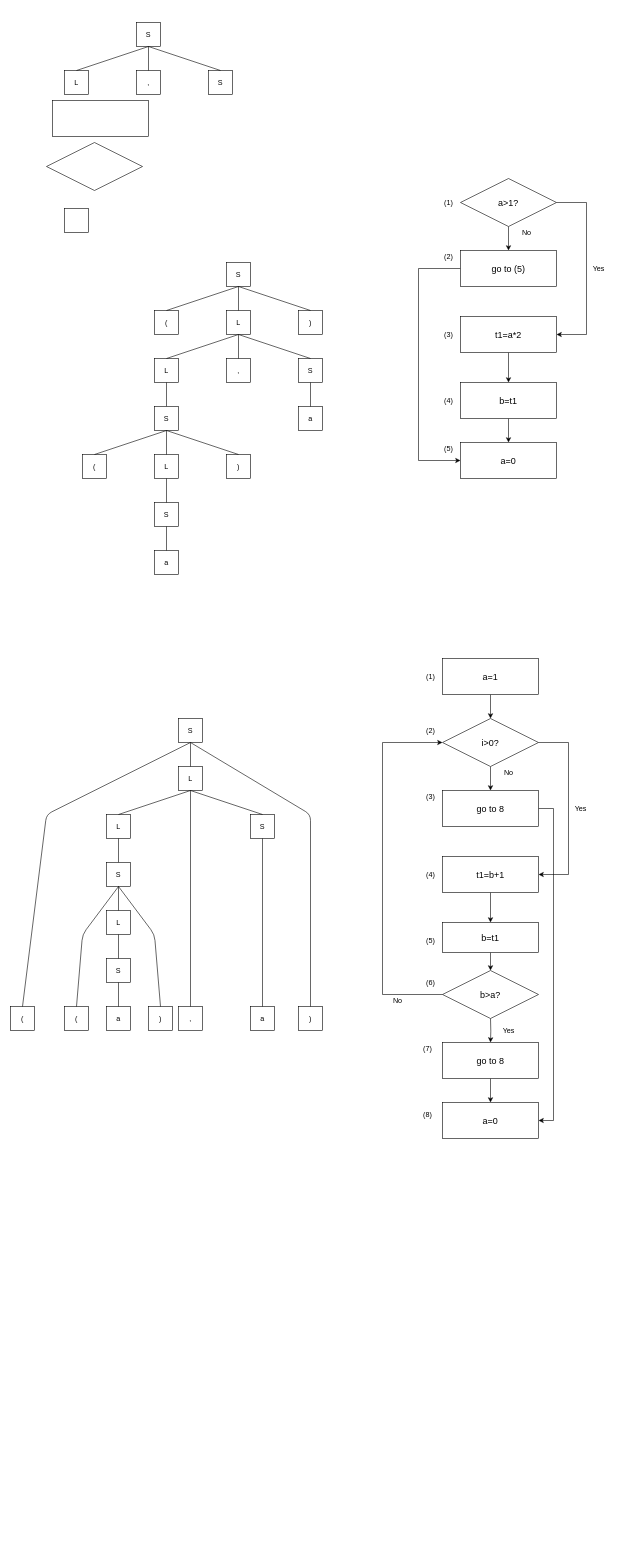
mistingrain/draw.io keeps this draw.io diagram as 未命名绘图.drawio. Above is the earlier version. Source tidied: cells renumbered, new cells numbered last; positions are measured from the earlier drawing's top-left corner, leaving out a move shared by most shapes. Both pictures are drawn from the tidied source at 60%, with x=0, y=0 at pixel (10, 22).
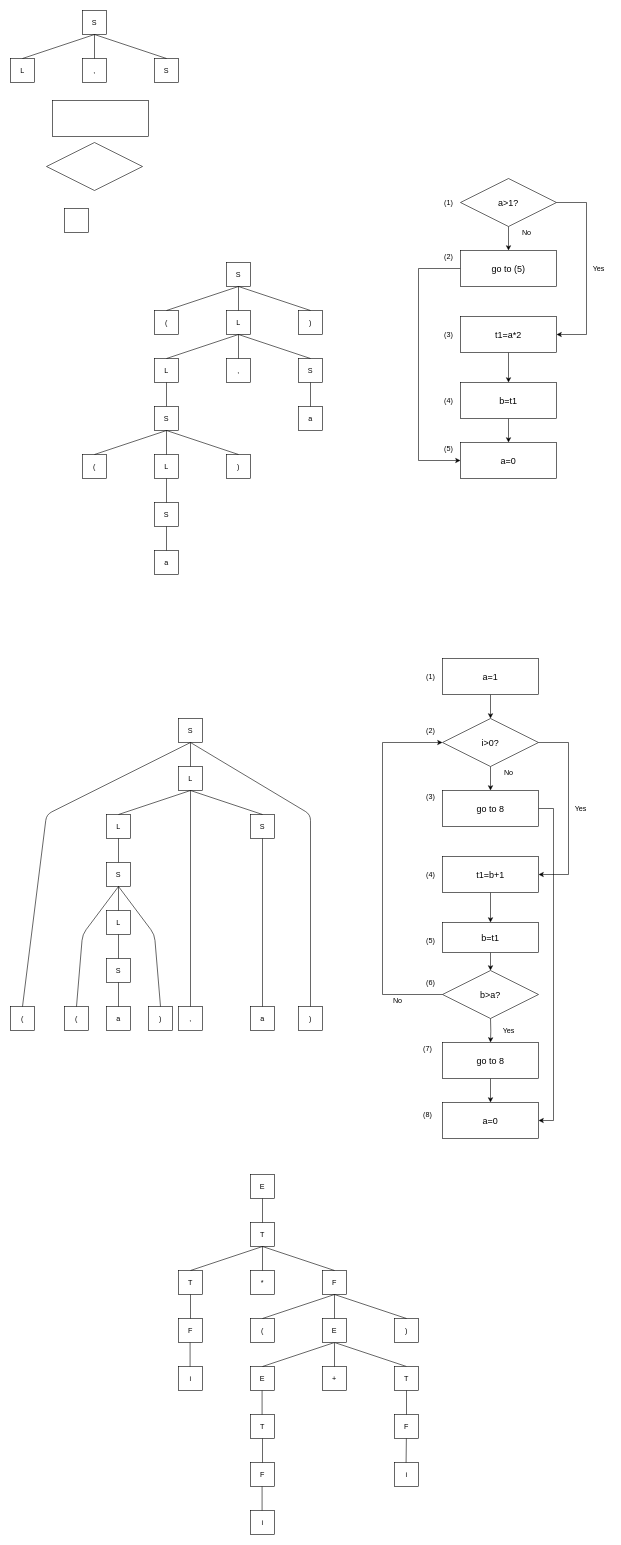
Above is the later version.

Commit message:
Update 未命名绘图.drawio

The edit, as a diff of the source:
```diff
@@
     <mxCell id="65" value="L" style="rounded=0;whiteSpace=wrap;html=1;" parent="1" vertex="1">
-      <mxGeometry x="90" y="80" width="40" height="40" as="geometry" />
+      <mxGeometry y="60" width="40" height="40" as="geometry" />
     </mxCell>
     <mxCell id="66" value="S" style="rounded=0;whiteSpace=wrap;html=1;" parent="1" vertex="1">
-      <mxGeometry x="210" width="40" height="40" as="geometry" />
+      <mxGeometry x="120" y="-20" width="40" height="40" as="geometry" />
     </mxCell>
     <mxCell id="67" value="S" style="rounded=0;whiteSpace=wrap;html=1;" parent="1" vertex="1">
-      <mxGeometry x="330" y="80" width="40" height="40" as="geometry" />
+      <mxGeometry x="240" y="60" width="40" height="40" as="geometry" />
     </mxCell>
     <mxCell id="68" value="," style="rounded=0;whiteSpace=wrap;html=1;" parent="1" vertex="1">
-      <mxGeometry x="210" y="80" width="40" height="40" as="geometry" />
+      <mxGeometry x="120" y="60" width="40" height="40" as="geometry" />
     </mxCell>
     <mxCell id="69" style="endArrow=none;html=1;exitX=0.5;exitY=0;exitDx=0;exitDy=0;" parent="1" edge="1" source="65">
       <mxGeometry relative="1" as="geometry">
-        <mxPoint x="230" y="40" as="targetPoint" />
+        <mxPoint x="140" y="20" as="targetPoint" />
       </mxGeometry>
     </mxCell>
     <mxCell id="70" style="endArrow=none;html=1;exitX=0.5;exitY=0;exitDx=0;exitDy=0;" parent="1" edge="1" source="68">
       <mxGeometry relative="1" as="geometry">
-        <mxPoint x="230" y="40" as="targetPoint" />
+        <mxPoint x="140" y="20" as="targetPoint" />
       </mxGeometry>
     </mxCell>
     <mxCell id="71" style="endArrow=none;html=1;exitX=0.5;exitY=0;exitDx=0;exitDy=0;" parent="1" edge="1" source="67">
       <mxGeometry relative="1" as="geometry">
-        <mxPoint x="230" y="40" as="targetPoint" />
+        <mxPoint x="140" y="20" as="targetPoint" />
       </mxGeometry>
     </mxCell>
@@
+    <mxCell id="112" value="T" style="rounded=0;whiteSpace=wrap;html=1;" parent="1" vertex="1">
+      <mxGeometry x="280" y="2080" width="40" height="40" as="geometry" />
+    </mxCell>
+    <mxCell id="113" value="T" style="rounded=0;whiteSpace=wrap;html=1;" parent="1" vertex="1">
+      <mxGeometry x="400" y="2000" width="40" height="40" as="geometry" />
+    </mxCell>
+    <mxCell id="114" value="F" style="rounded=0;whiteSpace=wrap;html=1;" parent="1" vertex="1">
+      <mxGeometry x="520" y="2080" width="40" height="40" as="geometry" />
+    </mxCell>
+    <mxCell id="115" value="*" style="rounded=0;whiteSpace=wrap;html=1;" parent="1" vertex="1">
+      <mxGeometry x="400" y="2080" width="40" height="40" as="geometry" />
+    </mxCell>
+    <mxCell id="116" style="endArrow=none;html=1;exitX=0.5;exitY=0;exitDx=0;exitDy=0;" parent="1" edge="1" source="112">
+      <mxGeometry relative="1" as="geometry">
+        <mxPoint x="420" y="2040" as="targetPoint" />
+      </mxGeometry>
+    </mxCell>
+    <mxCell id="117" style="endArrow=none;html=1;exitX=0.5;exitY=0;exitDx=0;exitDy=0;" parent="1" edge="1" source="115">
+      <mxGeometry relative="1" as="geometry">
+        <mxPoint x="420" y="2040" as="targetPoint" />
+      </mxGeometry>
+    </mxCell>
+    <mxCell id="118" style="endArrow=none;html=1;exitX=0.5;exitY=0;exitDx=0;exitDy=0;" parent="1" edge="1" source="114">
+      <mxGeometry relative="1" as="geometry">
+        <mxPoint x="420" y="2040" as="targetPoint" />
+      </mxGeometry>
+    </mxCell>
+    <mxCell id="119" value="F" style="rounded=0;whiteSpace=wrap;html=1;" parent="1" vertex="1">
+      <mxGeometry x="280" y="2160" width="40" height="40" as="geometry" />
+    </mxCell>
+    <mxCell id="120" value="E" style="rounded=0;whiteSpace=wrap;html=1;" parent="1" vertex="1">
+      <mxGeometry x="400" y="2240" width="40" height="40" as="geometry" />
+    </mxCell>
+    <mxCell id="121" value="+" style="rounded=0;whiteSpace=wrap;html=1;" parent="1" vertex="1">
+      <mxGeometry x="520" y="2240" width="40" height="40" as="geometry" />
+    </mxCell>
+    <mxCell id="122" style="endArrow=none;html=1;exitX=0.5;exitY=0;exitDx=0;exitDy=0;" parent="1" edge="1" source="120">
+      <mxGeometry relative="1" as="geometry">
+        <mxPoint x="540" y="2200" as="targetPoint" />
+      </mxGeometry>
+    </mxCell>
+    <mxCell id="123" style="endArrow=none;html=1;exitX=0.5;exitY=0;exitDx=0;exitDy=0;" parent="1" edge="1" source="121">
+      <mxGeometry relative="1" as="geometry">
+        <mxPoint x="540" y="2200" as="targetPoint" />
+      </mxGeometry>
+    </mxCell>
+    <mxCell id="124" style="endArrow=none;html=1;exitX=0.5;exitY=0;exitDx=0;exitDy=0;" parent="1" edge="1">
+      <mxGeometry relative="1" as="geometry">
+        <mxPoint x="660" y="2240" as="sourcePoint" />
+        <mxPoint x="540" y="2200" as="targetPoint" />
+      </mxGeometry>
+    </mxCell>
+    <mxCell id="125" value="i" style="rounded=0;whiteSpace=wrap;html=1;" parent="1" vertex="1">
+      <mxGeometry x="280" y="2240" width="40" height="40" as="geometry" />
+    </mxCell>
+    <mxCell id="126" value="E" style="rounded=0;whiteSpace=wrap;html=1;" parent="1" vertex="1">
+      <mxGeometry x="400" y="1920" width="40" height="40" as="geometry" />
+    </mxCell>
+    <mxCell id="127" style="endArrow=none;html=1;exitX=0.5;exitY=0;exitDx=0;exitDy=0;" parent="1" edge="1" source="113">
+      <mxGeometry relative="1" as="geometry">
+        <mxPoint x="420" y="1960" as="targetPoint" />
+      </mxGeometry>
+    </mxCell>
+    <mxCell id="128" value="(" style="rounded=0;whiteSpace=wrap;html=1;" parent="1" vertex="1">
+      <mxGeometry x="400" y="2160" width="40" height="40" as="geometry" />
+    </mxCell>
+    <mxCell id="129" value="T" style="rounded=0;whiteSpace=wrap;html=1;" parent="1" vertex="1">
+      <mxGeometry x="640" y="2240" width="40" height="40" as="geometry" />
+    </mxCell>
+    <mxCell id="130" value=")" style="rounded=0;whiteSpace=wrap;html=1;" parent="1" vertex="1">
+      <mxGeometry x="640" y="2160" width="40" height="40" as="geometry" />
+    </mxCell>
+    <mxCell id="131" value="E" style="rounded=0;whiteSpace=wrap;html=1;" parent="1" vertex="1">
+      <mxGeometry x="520" y="2160" width="40" height="40" as="geometry" />
+    </mxCell>
+    <mxCell id="132" style="endArrow=none;html=1;exitX=0.5;exitY=0;exitDx=0;exitDy=0;" parent="1" edge="1" source="128">
+      <mxGeometry relative="1" as="geometry">
+        <mxPoint x="540" y="2120" as="targetPoint" />
+      </mxGeometry>
+    </mxCell>
+    <mxCell id="133" style="endArrow=none;html=1;exitX=0.5;exitY=0;exitDx=0;exitDy=0;" parent="1" edge="1" source="131">
+      <mxGeometry relative="1" as="geometry">
+        <mxPoint x="540" y="2120" as="targetPoint" />
+      </mxGeometry>
+    </mxCell>
+    <mxCell id="134" style="endArrow=none;html=1;exitX=0.5;exitY=0;exitDx=0;exitDy=0;" parent="1" edge="1" source="130">
+      <mxGeometry relative="1" as="geometry">
+        <mxPoint x="540" y="2120" as="targetPoint" />
+      </mxGeometry>
+    </mxCell>
+    <mxCell id="135" style="endArrow=none;html=1;exitX=0.5;exitY=0;exitDx=0;exitDy=0;" parent="1" edge="1" source="119">
+      <mxGeometry relative="1" as="geometry">
+        <mxPoint x="300" y="2120" as="targetPoint" />
+      </mxGeometry>
+    </mxCell>
+    <mxCell id="136" style="endArrow=none;html=1;exitX=0.5;exitY=0;exitDx=0;exitDy=0;" parent="1" edge="1">
+      <mxGeometry relative="1" as="geometry">
+        <mxPoint x="299.3" y="2240" as="sourcePoint" />
+        <mxPoint x="299.3" y="2200" as="targetPoint" />
+      </mxGeometry>
+    </mxCell>
+    <mxCell id="137" value="T" style="rounded=0;whiteSpace=wrap;html=1;" parent="1" vertex="1">
+      <mxGeometry x="400" y="2320" width="40" height="40" as="geometry" />
+    </mxCell>
+    <mxCell id="138" value="F" style="rounded=0;whiteSpace=wrap;html=1;" parent="1" vertex="1">
+      <mxGeometry x="400" y="2400" width="40" height="40" as="geometry" />
+    </mxCell>
+    <mxCell id="139" value="i" style="rounded=0;whiteSpace=wrap;html=1;" parent="1" vertex="1">
+      <mxGeometry x="400" y="2480" width="40" height="40" as="geometry" />
+    </mxCell>
+    <mxCell id="140" style="endArrow=none;html=1;exitX=0.5;exitY=0;exitDx=0;exitDy=0;" parent="1" edge="1" source="138">
+      <mxGeometry relative="1" as="geometry">
+        <mxPoint x="420" y="2360" as="targetPoint" />
+      </mxGeometry>
+    </mxCell>
+    <mxCell id="141" style="endArrow=none;html=1;exitX=0.5;exitY=0;exitDx=0;exitDy=0;" parent="1" edge="1">
+      <mxGeometry relative="1" as="geometry">
+        <mxPoint x="419.3" y="2480" as="sourcePoint" />
+        <mxPoint x="419.3" y="2440" as="targetPoint" />
+      </mxGeometry>
+    </mxCell>
+    <mxCell id="142" style="endArrow=none;html=1;exitX=0.5;exitY=0;exitDx=0;exitDy=0;" parent="1" edge="1">
+      <mxGeometry relative="1" as="geometry">
+        <mxPoint x="419.3" y="2320" as="sourcePoint" />
+        <mxPoint x="419.3" y="2280" as="targetPoint" />
+      </mxGeometry>
+    </mxCell>
+    <mxCell id="143" value="F" style="rounded=0;whiteSpace=wrap;html=1;" parent="1" vertex="1">
+      <mxGeometry x="640" y="2320" width="40" height="40" as="geometry" />
+    </mxCell>
+    <mxCell id="144" value="i" style="rounded=0;whiteSpace=wrap;html=1;" parent="1" vertex="1">
+      <mxGeometry x="640" y="2400" width="40" height="40" as="geometry" />
+    </mxCell>
+    <mxCell id="145" style="endArrow=none;html=1;exitX=0.5;exitY=0;exitDx=0;exitDy=0;" parent="1" edge="1" source="143">
+      <mxGeometry relative="1" as="geometry">
+        <mxPoint x="660" y="2280" as="targetPoint" />
+      </mxGeometry>
+    </mxCell>
+    <mxCell id="146" style="endArrow=none;html=1;exitX=0.5;exitY=0;exitDx=0;exitDy=0;" parent="1" edge="1" target="143">
+      <mxGeometry relative="1" as="geometry">
+        <mxPoint x="659.3" y="2400" as="sourcePoint" />
+      </mxGeometry>
+    </mxCell>
```
